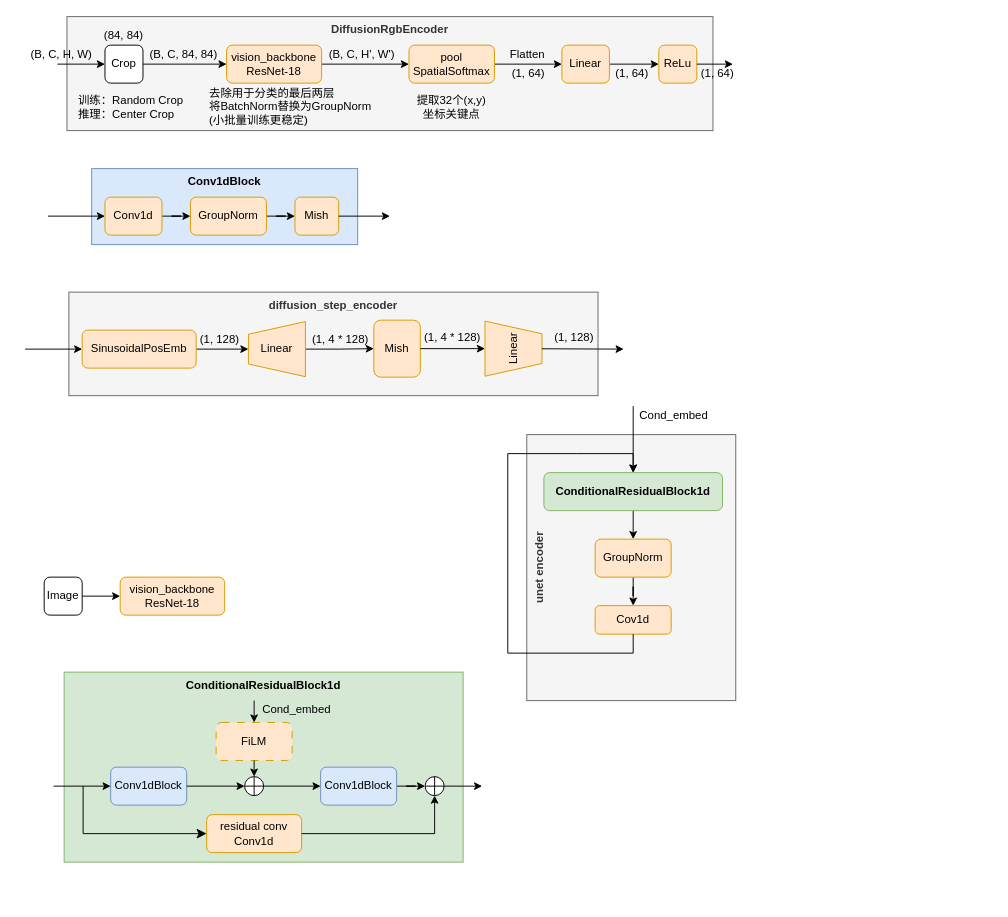
This is fonts/lerobot_model_arch.drawio from wuxiaoqiang12/algorithm_learning_acwing, a draw.io file, before an edit. Source tidied: cells renumbered, new cells numbered last; positions are measured from the earlier drawing's top-left corner, leaving out a move shared by most shapes. Both pictures are drawn from the tidied source at 95%, with x=0, y=0 at pixel (25, 16).
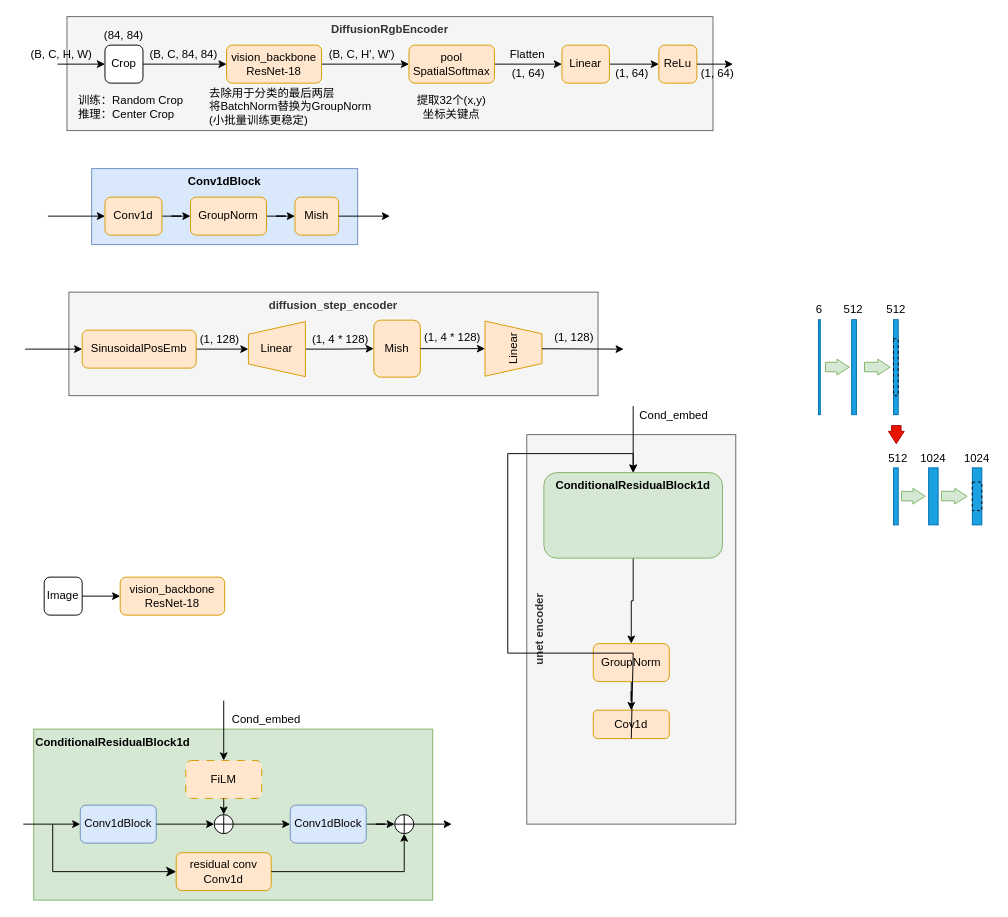
After the change.

The change refers to these unchanged cells:
```xml
<mxCell id="65" value="FiLM" style="rounded=1;whiteSpace=wrap;html=1;fillColor=#ffe6cc;strokeColor=#d79b00;dashed=1;dashPattern=8 8;" parent="62" vertex="1">
  <mxGeometry x="171" y="53" width="80" height="40" as="geometry" />
</mxCell>
```

The edit, as a diff of the source:
```diff
@@
     <mxCell id="54" value="unet encoder" style="rounded=0;whiteSpace=wrap;html=1;fillColor=#f5f5f5;fontColor=#333333;strokeColor=#666666;verticalAlign=top;fontStyle=1;horizontal=0;" parent="1" vertex="1">
-      <mxGeometry x="528" y="440" width="220" height="280" as="geometry" />
+      <mxGeometry x="528" y="440" width="220" height="410" as="geometry" />
     </mxCell>
@@
-    <mxCell id="56" value="&lt;span style=&quot;font-weight: 700;&quot;&gt;ConditionalResidualBlock1d&lt;/span&gt;" style="rounded=1;whiteSpace=wrap;html=1;fillColor=#d5e8d4;strokeColor=#82b366;" parent="1" vertex="1">
-      <mxGeometry x="546" y="480" width="188" height="40" as="geometry" />
+    <mxCell id="56" value="&lt;span style=&quot;font-weight: 700;&quot;&gt;ConditionalResidualBlock1d&lt;/span&gt;" style="rounded=1;whiteSpace=wrap;html=1;fillColor=#d5e8d4;strokeColor=#82b366;verticalAlign=top;" parent="1" vertex="1">
+      <mxGeometry x="546" y="480" width="188" height="90" as="geometry" />
     </mxCell>
@@
     <mxCell id="58" value="GroupNorm" style="rounded=1;whiteSpace=wrap;html=1;fillColor=#ffe6cc;strokeColor=#d79b00;" parent="1" vertex="1">
-      <mxGeometry x="600" y="550" width="80" height="40" as="geometry" />
+      <mxGeometry x="598" y="660" width="80" height="40" as="geometry" />
     </mxCell>
     <mxCell id="59" value="Cov1d" style="rounded=1;whiteSpace=wrap;html=1;fillColor=#ffe6cc;strokeColor=#d79b00;" parent="1" vertex="1">
-      <mxGeometry x="600" y="620" width="80" height="30" as="geometry" />
+      <mxGeometry x="598" y="730" width="80" height="30" as="geometry" />
     </mxCell>
@@
     <mxCell id="62" style="group;" parent="1" vertex="1">
-      <mxGeometry x="30" y="690" width="451" height="200" as="geometry" />
+      <mxGeometry x="-2" y="730" width="451" height="200" as="geometry" />
     </mxCell>
-    <mxCell id="63" value="ConditionalResidualBlock1d" style="rounded=0;whiteSpace=wrap;html=1;fillColor=#d5e8d4;strokeColor=#82b366;verticalAlign=top;fontStyle=1;" parent="62" vertex="1">
-      <mxGeometry x="11" width="420" height="200" as="geometry" />
+    <mxCell id="63" value="ConditionalResidualBlock1d" style="rounded=0;whiteSpace=wrap;html=1;fillColor=#d5e8d4;strokeColor=#82b366;verticalAlign=top;fontStyle=1;align=left;" parent="62" vertex="1">
+      <mxGeometry x="11" y="20" width="420" height="180" as="geometry" />
     </mxCell>
@@
     <mxCell id="66" style="endArrow=classic;html=1;rounded=0;entryX=0.5;entryY=0;entryDx=0;entryDy=0;" parent="62" edge="1" target="65">
       <mxGeometry relative="1" as="geometry">
-        <mxPoint x="211" y="30" as="sourcePoint" />
+        <mxPoint x="211" y="-10" as="sourcePoint" />
       </mxGeometry>
     </mxCell>
     <mxCell id="67" value="Cond_embed" style="text;whiteSpace=wrap;align=center;verticalAlign=middle;" parent="62" vertex="1">
-      <mxGeometry x="221" y="30" width="70" height="20" as="geometry" />
+      <mxGeometry x="221" width="70" height="20" as="geometry" />
     </mxCell>
@@
+    <mxCell id="82" style="rounded=0;whiteSpace=wrap;html=1;fillColor=#1ba1e2;strokeColor=#006EAF;fontColor=#ffffff;" parent="1" vertex="1">
+      <mxGeometry x="835" y="319" width="2" height="100" as="geometry" />
+    </mxCell>
+    <mxCell id="83" style="rounded=0;whiteSpace=wrap;html=1;fillColor=#1ba1e2;strokeColor=#006EAF;fontColor=#ffffff;" parent="1" vertex="1">
+      <mxGeometry x="870" y="319" width="5" height="100" as="geometry" />
+    </mxCell>
+    <mxCell id="84" style="rounded=0;whiteSpace=wrap;html=1;fillColor=#1ba1e2;strokeColor=#006EAF;fontColor=#ffffff;" parent="1" vertex="1">
+      <mxGeometry x="914" y="319" width="5" height="100" as="geometry" />
+    </mxCell>
+    <mxCell id="85" style="shape=flexArrow;endArrow=classic;html=1;rounded=0;fillColor=#d5e8d4;strokeColor=#82b366;endWidth=5.666666666666667;endSize=4;" parent="1" edge="1">
+      <mxGeometry relative="1" as="geometry">
+        <mxPoint x="883" y="368.8" as="sourcePoint" />
+        <mxPoint x="911" y="369" as="targetPoint" />
+      </mxGeometry>
+    </mxCell>
+    <mxCell id="86" style="shape=flexArrow;endArrow=classic;html=1;rounded=0;fillColor=#d5e8d4;strokeColor=#82b366;endWidth=5.666666666666667;endSize=4;" parent="1" edge="1">
+      <mxGeometry relative="1" as="geometry">
+        <mxPoint x="842" y="368.8" as="sourcePoint" />
+        <mxPoint x="868" y="369" as="targetPoint" />
+      </mxGeometry>
+    </mxCell>
+    <mxCell id="87" value="6" style="text;whiteSpace=wrap;align=center;verticalAlign=middle;" parent="1" vertex="1">
+      <mxGeometry x="831" y="299" width="10" height="20" as="geometry" />
+    </mxCell>
+    <mxCell id="88" value="512" style="text;whiteSpace=wrap;align=center;verticalAlign=middle;" parent="1" vertex="1">
+      <mxGeometry x="851" y="299" width="42" height="20" as="geometry" />
+    </mxCell>
+    <mxCell id="89" value="512" style="text;whiteSpace=wrap;align=center;verticalAlign=middle;" parent="1" vertex="1">
+      <mxGeometry x="902" y="299" width="30" height="20" as="geometry" />
+    </mxCell>
+    <mxCell id="90" style="rounded=0;whiteSpace=wrap;html=1;dashed=1;fillColor=none;" parent="1" vertex="1">
+      <mxGeometry x="914" y="339" width="5" height="60" as="geometry" />
+    </mxCell>
+    <mxCell id="91" style="rounded=0;whiteSpace=wrap;html=1;fillColor=#1ba1e2;strokeColor=#006EAF;fontColor=#ffffff;" parent="1" vertex="1">
+      <mxGeometry x="914" y="475" width="5" height="60" as="geometry" />
+    </mxCell>
+    <mxCell id="92" style="rounded=0;whiteSpace=wrap;html=1;fillColor=#1ba1e2;strokeColor=#006EAF;fontColor=#ffffff;" parent="1" vertex="1">
+      <mxGeometry x="951" y="475" width="10" height="60" as="geometry" />
+    </mxCell>
+    <mxCell id="93" style="rounded=0;whiteSpace=wrap;html=1;fillColor=#1ba1e2;strokeColor=#006EAF;fontColor=#ffffff;" parent="1" vertex="1">
+      <mxGeometry x="997" y="475" width="10" height="60" as="geometry" />
+    </mxCell>
+    <mxCell id="94" value="512" style="text;whiteSpace=wrap;align=center;verticalAlign=middle;" parent="1" vertex="1">
+      <mxGeometry x="914" y="455" width="10" height="20" as="geometry" />
+    </mxCell>
+    <mxCell id="95" value="1024" style="text;whiteSpace=wrap;align=center;verticalAlign=middle;" parent="1" vertex="1">
+      <mxGeometry x="935" y="455" width="42" height="20" as="geometry" />
+    </mxCell>
+    <mxCell id="96" value="1024" style="text;whiteSpace=wrap;align=center;verticalAlign=middle;" parent="1" vertex="1">
+      <mxGeometry x="987" y="455" width="30" height="20" as="geometry" />
+    </mxCell>
+    <mxCell id="97" style="rounded=0;whiteSpace=wrap;html=1;dashed=1;fillColor=none;" parent="1" vertex="1">
+      <mxGeometry x="997" y="490" width="10" height="30" as="geometry" />
+    </mxCell>
+    <mxCell id="98" style="shape=flexArrow;endArrow=classic;html=1;rounded=0;fillColor=#d5e8d4;strokeColor=#82b366;endWidth=5.666666666666667;endSize=4;" parent="1" edge="1">
+      <mxGeometry relative="1" as="geometry">
+        <mxPoint x="964" y="504.6" as="sourcePoint" />
+        <mxPoint x="992" y="504.9" as="targetPoint" />
+      </mxGeometry>
+    </mxCell>
+    <mxCell id="99" style="shape=flexArrow;endArrow=classic;html=1;rounded=0;fillColor=#d5e8d4;strokeColor=#82b366;endWidth=5.666666666666667;endSize=4;" parent="1" edge="1">
+      <mxGeometry relative="1" as="geometry">
+        <mxPoint x="922" y="504.7" as="sourcePoint" />
+        <mxPoint x="948" y="504.9" as="targetPoint" />
+      </mxGeometry>
+    </mxCell>
+    <mxCell id="100" style="shape=flexArrow;endArrow=classic;html=1;rounded=0;fillColor=#e51400;strokeColor=#B20000;endWidth=5.666666666666667;endSize=4;" parent="1" edge="1">
+      <mxGeometry relative="1" as="geometry">
+        <mxPoint x="917" y="430" as="sourcePoint" />
+        <mxPoint x="917" y="450" as="targetPoint" />
+      </mxGeometry>
+    </mxCell>
```
